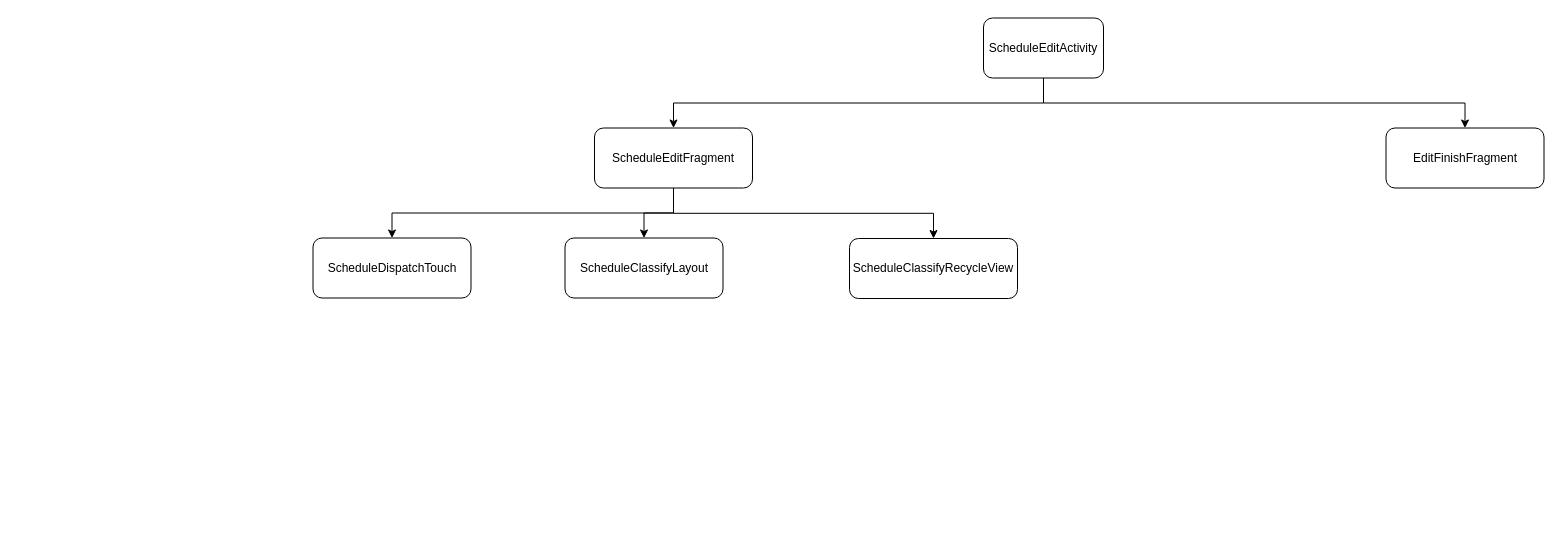
Earlier version of the draw.io diagram page "第 3 页" (3 of 3) of 时光序编辑页.drawio (cangwang/Canvas). Source tidied: cells renumbered, new cells numbered last; positions are measured from the earlier drawing's top-left corner, leaving out a move shared by most shapes. Both pictures are drawn from the tidied source at 100%, with x=0, y=0 at pixel (312, 18).
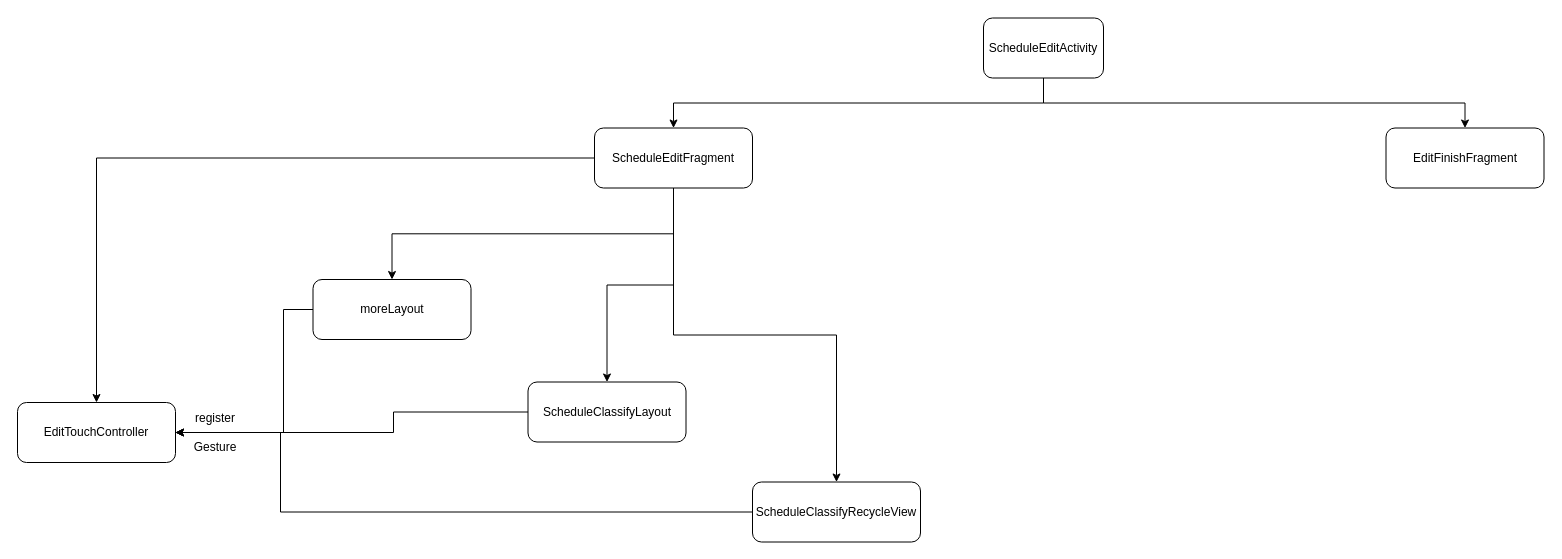
The same diagram, later.

Commit message:
更新时光序编辑页.drawio

Unchanged cells that the change refers to:
```xml
<mxCell id="8" value="ScheduleEditFragment" style="rounded=1;whiteSpace=wrap;html=1;" parent="1" vertex="1">
  <mxGeometry x="282" y="109.5" width="158" height="60" as="geometry" />
</mxCell>
```

Diff of the diagram source:
```diff
@@
+    <mxCell id="7" style="edgeStyle=orthogonalEdgeStyle;rounded=0;jettySize=auto;html=1;exitX=0.5;exitY=1;exitDx=0;exitDy=0;" parent="1" edge="1" source="8" target="11">
+      <mxGeometry relative="1" as="geometry" />
+    </mxCell>
@@
-    <mxCell id="7" style="edgeStyle=orthogonalEdgeStyle;rounded=0;jettySize=auto;html=1;exitX=0.5;exitY=1;exitDx=0;exitDy=0;" parent="1" edge="1" source="8" target="11">
-      <mxGeometry relative="1" as="geometry" />
-    </mxCell>
+    <mxCell id="13" style="edgeStyle=orthogonalEdgeStyle;rounded=0;jettySize=auto;html=1;exitX=0;exitY=0.5;exitDx=0;exitDy=0;" parent="1" edge="1" source="8" target="17">
+      <mxGeometry relative="1" as="geometry" />
+    </mxCell>
@@
+    <mxCell id="14" style="edgeStyle=orthogonalEdgeStyle;rounded=0;jettySize=auto;html=1;exitX=0;exitY=0.5;exitDx=0;exitDy=0;entryX=1;entryY=0.5;entryDx=0;entryDy=0;" parent="1" edge="1" source="10" target="17">
+      <mxGeometry relative="1" as="geometry">
+        <Array as="points">
+          <mxPoint x="-29" y="291" />
+          <mxPoint x="-29" y="414" />
+        </Array>
+      </mxGeometry>
+    </mxCell>
-    <mxCell id="10" value="ScheduleDispatchTouch" style="rounded=1;whiteSpace=wrap;html=1;" parent="1" vertex="1">
-      <mxGeometry x="0.5" y="219.5" width="158" height="60" as="geometry" />
+    <mxCell id="10" value="moreLayout" style="rounded=1;whiteSpace=wrap;html=1;" parent="1" vertex="1">
+      <mxGeometry x="0.5" y="261" width="158" height="60" as="geometry" />
     </mxCell>
+    <mxCell id="15" style="edgeStyle=orthogonalEdgeStyle;rounded=0;jettySize=auto;html=1;exitX=0;exitY=0.5;exitDx=0;exitDy=0;" parent="1" edge="1" source="11" target="17">
+      <mxGeometry relative="1" as="geometry">
+        <Array as="points">
+          <mxPoint x="81" y="394" />
+          <mxPoint x="81" y="414" />
+        </Array>
+      </mxGeometry>
+    </mxCell>
     <mxCell id="11" value="ScheduleClassifyLayout" style="rounded=1;whiteSpace=wrap;html=1;" parent="1" vertex="1">
-      <mxGeometry x="252.5" y="219.5" width="158" height="60" as="geometry" />
+      <mxGeometry x="215.5" y="363.5" width="158" height="60" as="geometry" />
     </mxCell>
+    <mxCell id="16" style="edgeStyle=orthogonalEdgeStyle;rounded=0;jettySize=auto;html=1;exitX=0;exitY=0.5;exitDx=0;exitDy=0;entryX=1;entryY=0.5;entryDx=0;entryDy=0;" parent="1" edge="1" source="12" target="17">
+      <mxGeometry relative="1" as="geometry">
+        <Array as="points">
+          <mxPoint x="-32" y="494" />
+          <mxPoint x="-32" y="414" />
+        </Array>
+      </mxGeometry>
+    </mxCell>
     <mxCell id="12" value="ScheduleClassifyRecycleView" style="rounded=1;whiteSpace=wrap;html=1;" parent="1" vertex="1">
-      <mxGeometry x="537" y="220" width="168" height="60" as="geometry" />
+      <mxGeometry x="440" y="463.5" width="168" height="60" as="geometry" />
     </mxCell>
+    <mxCell id="17" value="EditTouchController" style="rounded=1;whiteSpace=wrap;html=1;" parent="1" vertex="1">
+      <mxGeometry x="-295" y="384" width="158" height="60" as="geometry" />
+    </mxCell>
+    <mxCell id="18" value="register&lt;br&gt;&lt;br&gt;Gesture" style="text;html=1;strokeColor=none;fillColor=none;align=center;verticalAlign=middle;whiteSpace=wrap;rounded=0;" parent="1" vertex="1">
+      <mxGeometry x="-117" y="403.5" width="40" height="20" as="geometry" />
+    </mxCell>
```
